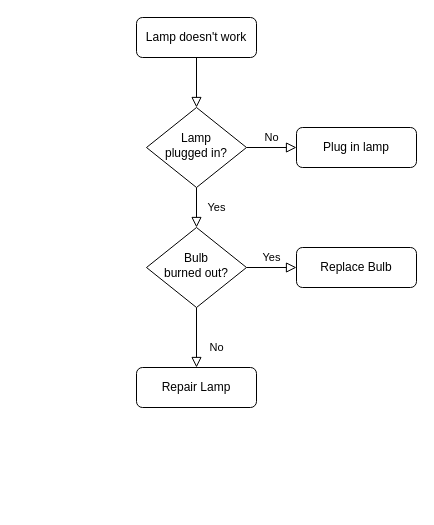
Before: View/Untitled Diagram.drawio in Srinivas-Ganti/TQC, a draw.io diagram. Source tidied: cells renumbered, new cells numbered last; positions are measured from the earlier drawing's top-left corner, leaving out a move shared by most shapes. Both pictures are drawn from the tidied source at 100%, with x=0, y=0 at pixel (136, 17).
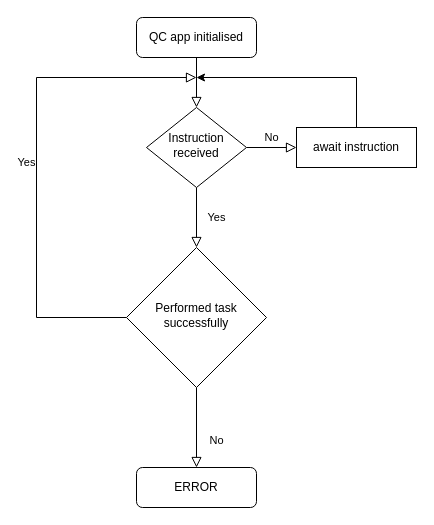
Above is the later version.

Commit message:
High Level QC Machine flow chart

Change to the diagram source:
```diff
@@
 <mxGraphModel>
   <root>
     <mxCell id="0" />
     <mxCell id="1" parent="0" />
     <mxCell id="2" style="rounded=0;html=1;jettySize=auto;fontSize=11;endArrow=block;endFill=0;endSize=8;strokeWidth=1;shadow=0;labelBackgroundColor=none;edgeStyle=orthogonalEdgeStyle;" parent="1" edge="1" source="3" target="6">
       <mxGeometry relative="1" as="geometry" />
     </mxCell>
-    <mxCell id="3" value="Lamp doesn't work" style="rounded=1;whiteSpace=wrap;html=1;fontSize=12;glass=0;strokeWidth=1;shadow=0;" parent="1" vertex="1">
+    <mxCell id="3" value="QC app initialised" style="rounded=1;whiteSpace=wrap;html=1;fontSize=12;glass=0;strokeWidth=1;shadow=0;" parent="1" vertex="1">
       <mxGeometry width="120" height="40" as="geometry" />
     </mxCell>
     <mxCell id="4" value="Yes" style="rounded=0;html=1;jettySize=auto;fontSize=11;endArrow=block;endFill=0;endSize=8;strokeWidth=1;shadow=0;labelBackgroundColor=none;edgeStyle=orthogonalEdgeStyle;" parent="1" edge="1" source="6" target="10">
       <mxGeometry y="20" relative="1" as="geometry" />
     </mxCell>
     <mxCell id="5" value="No" style="edgeStyle=orthogonalEdgeStyle;rounded=0;html=1;jettySize=auto;fontSize=11;endArrow=block;endFill=0;endSize=8;strokeWidth=1;shadow=0;labelBackgroundColor=none;" parent="1" edge="1" source="6" target="7">
       <mxGeometry y="10" relative="1" as="geometry" />
     </mxCell>
-    <mxCell id="6" value="Lamp&lt;br&gt;plugged in?" style="rhombus;whiteSpace=wrap;html=1;shadow=0;fontFamily=Helvetica;fontSize=12;align=center;strokeWidth=1;spacing=6;spacingTop=-4;" parent="1" vertex="1">
+    <mxCell id="6" value="Instruction received" style="rhombus;whiteSpace=wrap;html=1;shadow=0;fontFamily=Helvetica;fontSize=12;align=center;strokeWidth=1;spacing=6;spacingTop=-4;" parent="1" vertex="1">
       <mxGeometry x="10" y="90" width="100" height="80" as="geometry" />
     </mxCell>
-    <mxCell id="7" value="Plug in lamp" style="rounded=1;whiteSpace=wrap;html=1;fontSize=12;glass=0;strokeWidth=1;shadow=0;" parent="1" vertex="1">
+    <mxCell id="7" value="await instruction" style="rounded=1;whiteSpace=wrap;html=1;fontSize=12;glass=0;strokeWidth=1;shadow=0;arcSize=0;" parent="1" vertex="1">
       <mxGeometry x="160" y="110" width="120" height="40" as="geometry" />
     </mxCell>
     <mxCell id="8" value="No" style="rounded=0;html=1;jettySize=auto;fontSize=11;endArrow=block;endFill=0;endSize=8;strokeWidth=1;shadow=0;labelBackgroundColor=none;edgeStyle=orthogonalEdgeStyle;" parent="1" edge="1" source="10" target="11">
       <mxGeometry x="0.33" y="20" relative="1" as="geometry" />
     </mxCell>
-    <mxCell id="9" value="Yes" style="edgeStyle=orthogonalEdgeStyle;rounded=0;html=1;jettySize=auto;fontSize=11;endArrow=block;endFill=0;endSize=8;strokeWidth=1;shadow=0;labelBackgroundColor=none;" parent="1" edge="1" source="10" target="12">
-      <mxGeometry y="10" relative="1" as="geometry" />
+    <mxCell id="9" value="Yes" style="edgeStyle=orthogonalEdgeStyle;rounded=0;html=1;jettySize=auto;fontSize=11;endArrow=block;endFill=0;endSize=8;strokeWidth=1;shadow=0;labelBackgroundColor=none;" parent="1" edge="1" source="10">
+      <mxGeometry y="10" relative="1" as="geometry">
+        <mxPoint x="60" y="60" as="targetPoint" />
+        <Array as="points">
+          <mxPoint x="-100" y="300" />
+        </Array>
+      </mxGeometry>
     </mxCell>
-    <mxCell id="10" value="Bulb&lt;br&gt;burned out?" style="rhombus;whiteSpace=wrap;html=1;shadow=0;fontFamily=Helvetica;fontSize=12;align=center;strokeWidth=1;spacing=6;spacingTop=-4;" parent="1" vertex="1">
-      <mxGeometry x="10" y="210" width="100" height="80" as="geometry" />
+    <mxCell id="10" value="Performed task successfully" style="rhombus;whiteSpace=wrap;html=1;shadow=0;fontFamily=Helvetica;fontSize=12;align=center;strokeWidth=1;spacing=6;spacingTop=-4;" parent="1" vertex="1">
+      <mxGeometry x="-10" y="230" width="140" height="140" as="geometry" />
     </mxCell>
-    <mxCell id="11" value="Repair Lamp" style="rounded=1;whiteSpace=wrap;html=1;fontSize=12;glass=0;strokeWidth=1;shadow=0;" parent="1" vertex="1">
-      <mxGeometry y="350" width="120" height="40" as="geometry" />
+    <mxCell id="11" value="ERROR" style="rounded=1;whiteSpace=wrap;html=1;fontSize=12;glass=0;strokeWidth=1;shadow=0;" parent="1" vertex="1">
+      <mxGeometry y="450" width="120" height="40" as="geometry" />
     </mxCell>
-    <mxCell id="12" value="Replace Bulb" style="rounded=1;whiteSpace=wrap;html=1;fontSize=12;glass=0;strokeWidth=1;shadow=0;" parent="1" vertex="1">
-      <mxGeometry x="160" y="230" width="120" height="40" as="geometry" />
-    </mxCell>
+    <mxCell id="13" style="edgeStyle=segmentEdgeStyle;endArrow=classic;html=1;rounded=0;" parent="1" edge="1" source="7">
+      <mxGeometry relative="1" as="geometry">
+        <mxPoint x="60" y="60" as="targetPoint" />
+        <Array as="points">
+          <mxPoint x="220" y="60" />
+        </Array>
+      </mxGeometry>
+    </mxCell>
   </root>
 </mxGraphModel>
```
